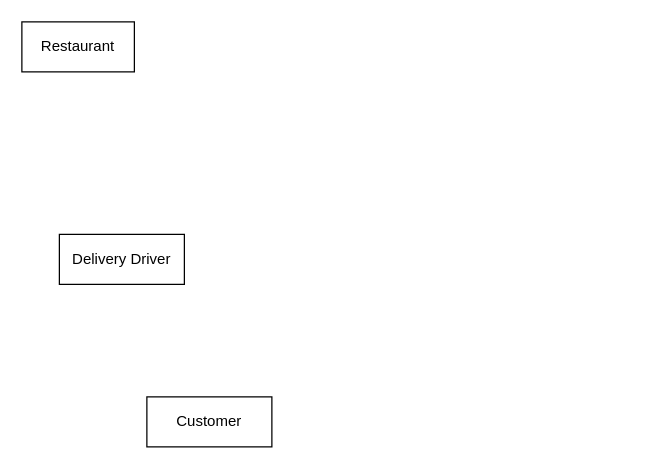
The draw.io diagram Untitled Diagram.drawio in BlueRosy/BlueRosy, before the edit. Source tidied: cells renumbered, new cells numbered last; positions are measured from the earlier drawing's top-left corner, leaving out a move shared by most shapes. Both pictures are drawn from the tidied source at 125%, with x=0, y=0 at pixel (21, 21).
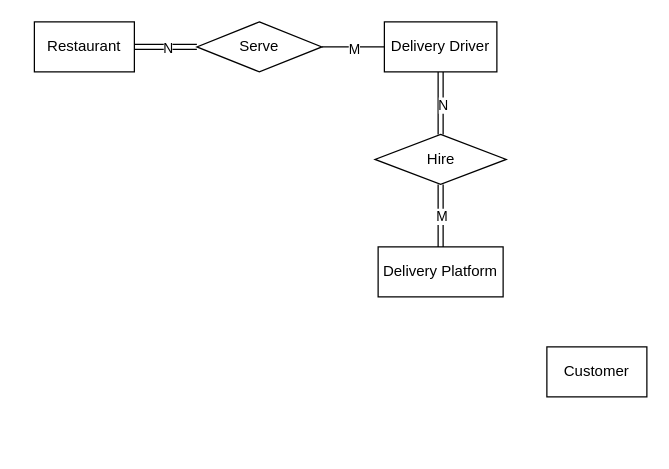
Above is the later version.

Diff of the diagram source:
```diff
@@
 <mxGraphModel>
   <root>
     <mxCell id="0" />
     <mxCell id="1" parent="0" />
     <mxCell id="2" value="Delivery Driver" style="whiteSpace=wrap;html=1;align=center;" parent="1" vertex="1">
-      <mxGeometry x="30" y="170" width="100" height="40" as="geometry" />
+      <mxGeometry x="290" width="90" height="40" as="geometry" />
     </mxCell>
     <mxCell id="3" value="Restaurant" style="whiteSpace=wrap;html=1;align=center;" parent="1" vertex="1">
-      <mxGeometry width="90" height="40" as="geometry" />
+      <mxGeometry x="10" width="80" height="40" as="geometry" />
     </mxCell>
     <mxCell id="4" value="Customer" style="whiteSpace=wrap;html=1;align=center;" parent="1" vertex="1">
-      <mxGeometry x="100" y="300" width="100" height="40" as="geometry" />
+      <mxGeometry x="420" y="260" width="80" height="40" as="geometry" />
     </mxCell>
+    <mxCell id="5" value="Serve" style="shape=rhombus;perimeter=rhombusPerimeter;whiteSpace=wrap;html=1;align=center;" parent="1" vertex="1">
+      <mxGeometry x="140" width="100" height="40" as="geometry" />
+    </mxCell>
+    <mxCell id="6" style="shape=link;html=1;rounded=0;entryX=1;entryY=0.5;entryDx=0;entryDy=0;" parent="1" edge="1" source="5" target="3">
+      <mxGeometry relative="1" as="geometry" />
+    </mxCell>
+    <mxCell id="7" value="N" style="edgeLabel;html=1;align=center;verticalAlign=middle;" parent="6" vertex="1">
+      <mxGeometry x="-0.03" y="-1" relative="1" as="geometry">
+        <mxPoint y="1" as="offset" />
+      </mxGeometry>
+    </mxCell>
+    <mxCell id="8" style="endArrow=none;html=1;rounded=0;exitX=1;exitY=0.5;exitDx=0;exitDy=0;entryX=0;entryY=0.5;entryDx=0;entryDy=0;" parent="1" edge="1" source="5" target="2">
+      <mxGeometry relative="1" as="geometry" />
+    </mxCell>
+    <mxCell id="9" value="M" style="edgeLabel;html=1;align=center;verticalAlign=middle;" parent="8" vertex="1">
+      <mxGeometry y="-1" relative="1" as="geometry" />
+    </mxCell>
+    <mxCell id="10" value="Delivery Platform" style="whiteSpace=wrap;html=1;align=center;" parent="1" vertex="1">
+      <mxGeometry x="285" y="180" width="100" height="40" as="geometry" />
+    </mxCell>
+    <mxCell id="11" value="Hire" style="shape=rhombus;perimeter=rhombusPerimeter;whiteSpace=wrap;html=1;align=center;" parent="1" vertex="1">
+      <mxGeometry x="282.5" y="90" width="105" height="40" as="geometry" />
+    </mxCell>
+    <mxCell id="12" style="shape=link;html=1;rounded=0;entryX=0.5;entryY=0;entryDx=0;entryDy=0;exitX=0.5;exitY=1;exitDx=0;exitDy=0;" parent="1" edge="1" source="11" target="10">
+      <mxGeometry relative="1" as="geometry" />
+    </mxCell>
+    <mxCell id="13" value="M" style="edgeLabel;html=1;align=center;verticalAlign=middle;" parent="12" vertex="1">
+      <mxGeometry x="0.01" relative="1" as="geometry" />
+    </mxCell>
+    <mxCell id="14" style="shape=link;html=1;rounded=0;entryX=0.5;entryY=1;entryDx=0;entryDy=0;exitX=0.5;exitY=0;exitDx=0;exitDy=0;" parent="1" edge="1" source="11" target="2">
+      <mxGeometry relative="1" as="geometry" />
+    </mxCell>
+    <mxCell id="15" value="N" style="edgeLabel;html=1;align=center;verticalAlign=middle;" parent="14" vertex="1">
+      <mxGeometry x="-0.03" y="-1" relative="1" as="geometry" />
+    </mxCell>
   </root>
 </mxGraphModel>
```
